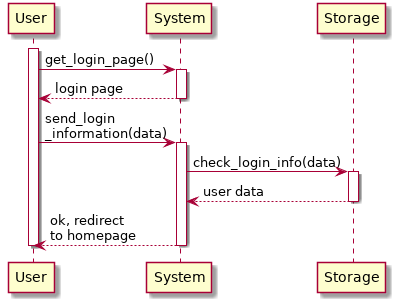
This is RASD/images/useCases/login.png from GiorgioUghini/SafeStreets, a PlantUML export, as it was before one commit.
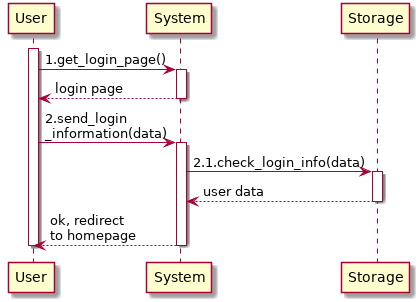
Later version of the same file.

Diff of the diagram source:
```diff
@@ -6,10 +6,10 @@
     participant Storage as ST
 
     activate U
-    U -> S: get_login_page()
+    U -> S: 1.get_login_page()
     return login page
-    U -> S: send_login\n_information(data)
-    S -> ST: check_login_info(data)
+    U -> S: 2.send_login\n_information(data)
+    S -> ST: 2.1.check_login_info(data)
     return user data
     return ok, redirect\nto homepage
     deactivate U
```
